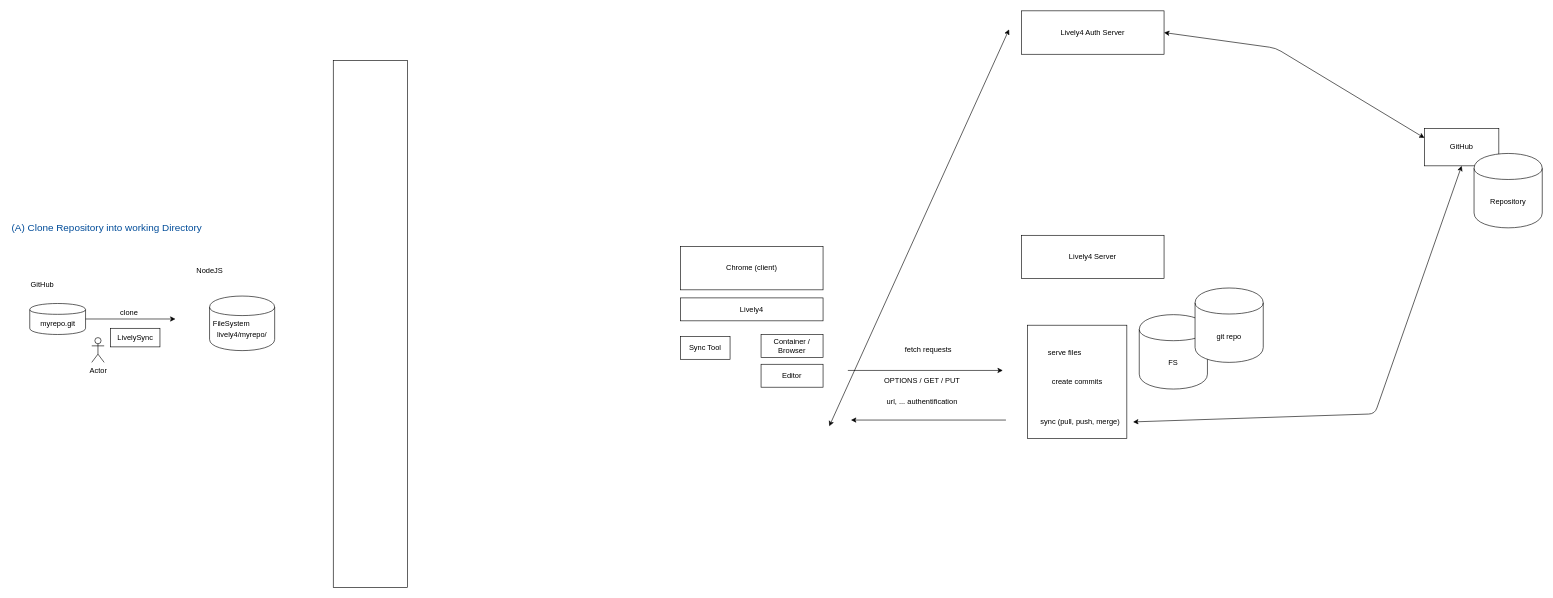
Earlier version of the draw.io diagram doc/figures/collaboration.drawio (LivelyKernel/lively4-core). Source tidied: cells renumbered, new cells numbered last; positions are measured from the earlier drawing's top-left corner, leaving out a move shared by most shapes. Both pictures are drawn from the tidied source at 62%, with x=0, y=0 at pixel (11, 11).
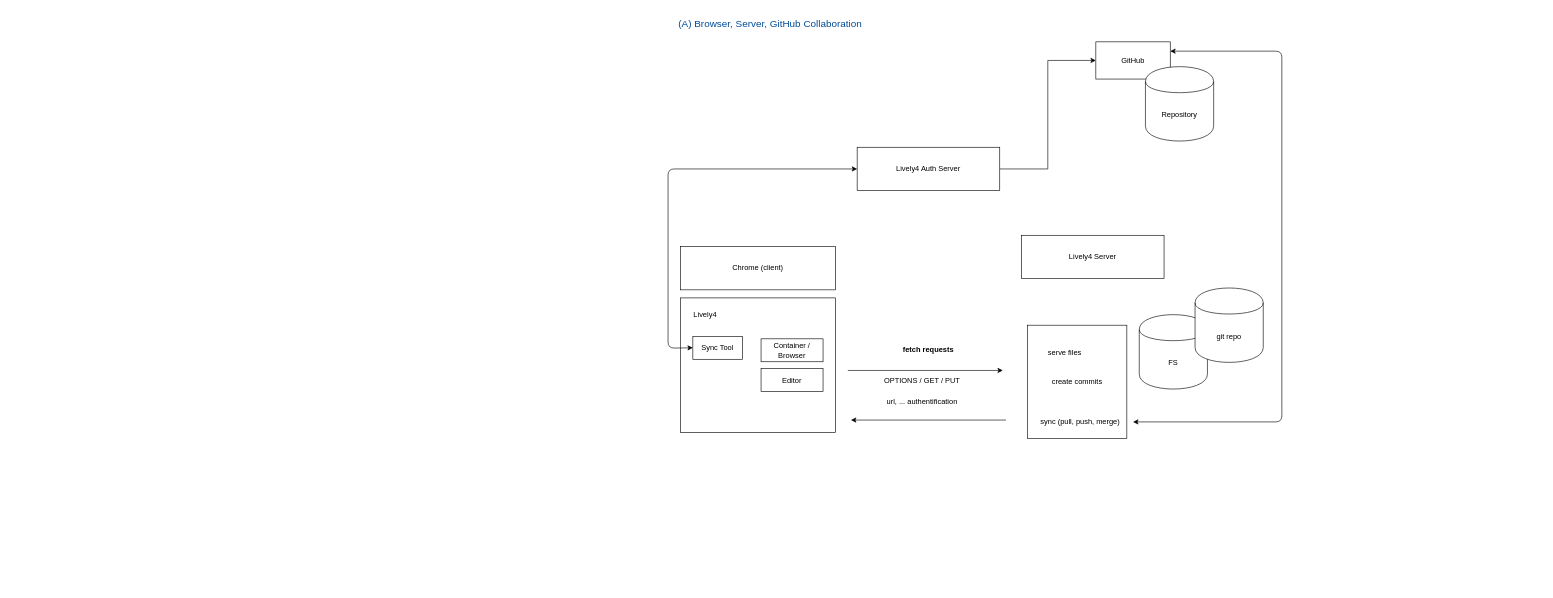
After the change.

Unchanged cells that the change refers to:
```xml
<mxCell id="28" value="sync (pull, push, merge)" style="text;html=1;strokeColor=none;fillColor=none;align=center;verticalAlign=middle;whiteSpace=wrap;rounded=0;" parent="1" vertex="1">
  <mxGeometry x="1640" y="653" width="170" height="20" as="geometry" />
</mxCell>
```

Change to the diagram source:
```diff
@@
-    <mxCell id="2" value="GitHub" style="text;html=1;strokeColor=none;fillColor=none;align=center;verticalAlign=middle;whiteSpace=wrap;rounded=0;" parent="1" vertex="1">
-      <mxGeometry x="30.5" y="432" width="40" height="20" as="geometry" />
-    </mxCell>
-    <mxCell id="3" value="myrepo.git" style="shape=cylinder;whiteSpace=wrap;html=1;boundedLbl=1;backgroundOutline=1;" parent="1" vertex="1">
-      <mxGeometry x="30.5" y="472" width="90" height="50" as="geometry" />
-    </mxCell>
-    <mxCell id="4" value="NodeJS" style="text;html=1;strokeColor=none;fillColor=none;align=center;verticalAlign=middle;whiteSpace=wrap;rounded=0;" parent="1" vertex="1">
-      <mxGeometry x="300.5" y="410" width="40" height="20" as="geometry" />
-    </mxCell>
-    <mxCell id="5" style="shape=cylinder;whiteSpace=wrap;html=1;boundedLbl=1;backgroundOutline=1;" parent="1" vertex="1">
-      <mxGeometry x="320.5" y="460" width="105" height="88" as="geometry" />
-    </mxCell>
-    <mxCell id="6" style="endArrow=classic;html=1;entryX=0;entryY=0.5;entryDx=0;entryDy=0;exitX=1;exitY=0.5;exitDx=0;exitDy=0;" parent="1" edge="1" source="3">
-      <mxGeometry relative="1" as="geometry">
-        <mxPoint x="265.5" y="497" as="targetPoint" />
-      </mxGeometry>
-    </mxCell>
-    <mxCell id="7" value="clone" style="text;html=1;strokeColor=none;fillColor=none;align=center;verticalAlign=middle;whiteSpace=wrap;rounded=0;" parent="1" vertex="1">
-      <mxGeometry x="170.5" y="477" width="40" height="20" as="geometry" />
-    </mxCell>
-    <mxCell id="8" value="Actor" style="shape=umlActor;verticalLabelPosition=bottom;labelBackgroundColor=#ffffff;verticalAlign=top;html=1;" parent="1" vertex="1">
-      <mxGeometry x="130.5" y="527" width="20" height="40" as="geometry" />
-    </mxCell>
-    <mxCell id="9" value="LivelySync" style="rounded=0;whiteSpace=wrap;html=1;" parent="1" vertex="1">
-      <mxGeometry x="160.5" y="512" width="80" height="30" as="geometry" />
-    </mxCell>
-    <mxCell id="10" value="(A) Clone Repository into working Directory" style="text;html=1;strokeColor=none;fillColor=none;align=center;verticalAlign=middle;whiteSpace=wrap;rounded=0;direction=south;fontSize=16;fontColor=#004C99;" parent="1" vertex="1">
-      <mxGeometry y="330" width="310" height="40" as="geometry" />
-    </mxCell>
-    <mxCell id="11" value="lively4/myrepo/" style="text;html=1;strokeColor=none;fillColor=none;align=center;verticalAlign=middle;whiteSpace=wrap;rounded=0;" parent="1" vertex="1">
-      <mxGeometry x="318" y="512" width="110" height="20" as="geometry" />
-    </mxCell>
-    <mxCell id="12" value="FileSystem" style="text;html=1;strokeColor=none;fillColor=none;align=center;verticalAlign=middle;whiteSpace=wrap;rounded=0;" parent="1" vertex="1">
-      <mxGeometry x="310.5" y="494" width="90" height="20" as="geometry" />
-    </mxCell>
-    <mxCell id="13" value="Lively4" style="rounded=0;whiteSpace=wrap;html=1;" parent="1" vertex="1">
-      <mxGeometry x="1080" y="463" width="230" height="37" as="geometry" />
+    <mxCell id="13" style="rounded=0;whiteSpace=wrap;html=1;" parent="1" vertex="1">
+      <mxGeometry x="1080" y="463" width="250" height="217" as="geometry" />
     </mxCell>
     <mxCell id="14" value="Chrome (client)" style="rounded=0;whiteSpace=wrap;html=1;" parent="1" vertex="1">
-      <mxGeometry x="1080" y="380" width="230" height="70" as="geometry" />
+      <mxGeometry x="1080" y="380" width="250" height="70" as="geometry" />
     </mxCell>
-    <mxCell id="15" style="rounded=0;whiteSpace=wrap;html=1;" parent="1" vertex="1">
-      <mxGeometry x="520" y="80" width="120" height="850" as="geometry" />
-    </mxCell>
     <mxCell id="16" value="Container / Browser" style="rounded=0;whiteSpace=wrap;html=1;" parent="1" vertex="1">
-      <mxGeometry x="1210" y="522" width="100" height="37" as="geometry" />
+      <mxGeometry x="1210" y="529" width="100" height="37" as="geometry" />
     </mxCell>
     <mxCell id="17" value="Editor" style="rounded=0;whiteSpace=wrap;html=1;" parent="1" vertex="1">
-      <mxGeometry x="1210" y="570" width="100" height="37" as="geometry" />
+      <mxGeometry x="1210" y="577" width="100" height="37" as="geometry" />
     </mxCell>
@@
-    <mxCell id="21" value="fetch requests" style="text;html=1;strokeColor=none;fillColor=none;align=center;verticalAlign=middle;whiteSpace=wrap;rounded=0;" parent="1" vertex="1">
+    <mxCell id="21" value="&lt;b&gt;fetch requests&lt;/b&gt;" style="text;html=1;strokeColor=none;fillColor=none;align=center;verticalAlign=middle;whiteSpace=wrap;rounded=0;" parent="1" vertex="1">
       <mxGeometry x="1420" y="537" width="120" height="20" as="geometry" />
     </mxCell>
@@
+    <mxCell id="36" style="edgeStyle=orthogonalEdgeStyle;rounded=0;jettySize=auto;html=1;entryX=0;entryY=0.5;entryDx=0;entryDy=0;" parent="1" edge="1" source="29" target="33">
+      <mxGeometry relative="1" as="geometry" />
+    </mxCell>
     <mxCell id="29" value="Lively4 Auth Server" style="rounded=0;whiteSpace=wrap;html=1;" parent="1" vertex="1">
-      <mxGeometry x="1630" width="230" height="70" as="geometry" />
+      <mxGeometry x="1365" y="220" width="230" height="70" as="geometry" />
     </mxCell>
-    <mxCell id="30" style="endArrow=classic;startArrow=classic;html=1;" parent="1" edge="1">
+    <mxCell id="30" style="endArrow=classic;startArrow=classic;html=1;exitX=0;exitY=0.5;exitDx=0;exitDy=0;entryX=0;entryY=0.5;entryDx=0;entryDy=0;" parent="1" edge="1" source="31" target="29">
       <mxGeometry relative="1" as="geometry">
-        <mxPoint x="1320" y="670" as="sourcePoint" />
-        <mxPoint x="1610" y="30" as="targetPoint" />
+        <Array as="points">
+          <mxPoint x="1060" y="544" />
+          <mxPoint x="1060" y="255" />
+        </Array>
       </mxGeometry>
     </mxCell>
     <mxCell id="31" value="Sync Tool" style="rounded=0;whiteSpace=wrap;html=1;" parent="1" vertex="1">
-      <mxGeometry x="1080" y="525" width="80" height="37" as="geometry" />
+      <mxGeometry x="1100" y="525" width="80" height="37" as="geometry" />
     </mxCell>
@@
     <mxCell id="33" value="GitHub" style="rounded=0;whiteSpace=wrap;html=1;" parent="1" vertex="1">
-      <mxGeometry x="2280" y="190" width="120" height="60" as="geometry" />
+      <mxGeometry x="1750" y="50" width="120" height="60" as="geometry" />
     </mxCell>
     <mxCell id="34" value="Repository" style="shape=cylinder;whiteSpace=wrap;html=1;boundedLbl=1;backgroundOutline=1;" parent="1" vertex="1">
-      <mxGeometry x="2360" y="230" width="110" height="120" as="geometry" />
+      <mxGeometry x="1830" y="90" width="110" height="120" as="geometry" />
     </mxCell>
-    <mxCell id="35" style="endArrow=classic;startArrow=classic;html=1;exitX=1;exitY=0.5;exitDx=0;exitDy=0;entryX=0.5;entryY=1;entryDx=0;entryDy=0;" parent="1" edge="1" source="28" target="33">
+    <mxCell id="35" style="endArrow=classic;startArrow=classic;html=1;exitX=1;exitY=0.5;exitDx=0;exitDy=0;entryX=1;entryY=0.25;entryDx=0;entryDy=0;" parent="1" edge="1" source="28" target="33">
       <mxGeometry relative="1" as="geometry">
         <Array as="points">
-          <mxPoint x="2200" y="650" />
+          <mxPoint x="2050" y="663" />
+          <mxPoint x="2050" y="65" />
         </Array>
       </mxGeometry>
     </mxCell>
-    <mxCell id="36" style="endArrow=classic;startArrow=classic;html=1;exitX=1;exitY=0.5;exitDx=0;exitDy=0;entryX=0;entryY=0.25;entryDx=0;entryDy=0;" parent="1" edge="1" source="29" target="33">
-      <mxGeometry relative="1" as="geometry">
-        <Array as="points">
-          <mxPoint x="2040" y="60" />
-        </Array>
-      </mxGeometry>
-    </mxCell>
+    <mxCell id="37" value="(A) Browser, Server, GitHub Collaboration" style="text;html=1;strokeColor=none;fillColor=none;align=center;verticalAlign=middle;whiteSpace=wrap;rounded=0;direction=south;fontSize=16;fontColor=#004C99;" parent="1" vertex="1">
+      <mxGeometry x="1070" width="310" height="40" as="geometry" />
+    </mxCell>
+    <mxCell id="38" value="Lively4" style="text;html=1;strokeColor=none;fillColor=none;align=center;verticalAlign=middle;whiteSpace=wrap;rounded=0;" parent="1" vertex="1">
+      <mxGeometry x="1100" y="480" width="40" height="20" as="geometry" />
+    </mxCell>
```
